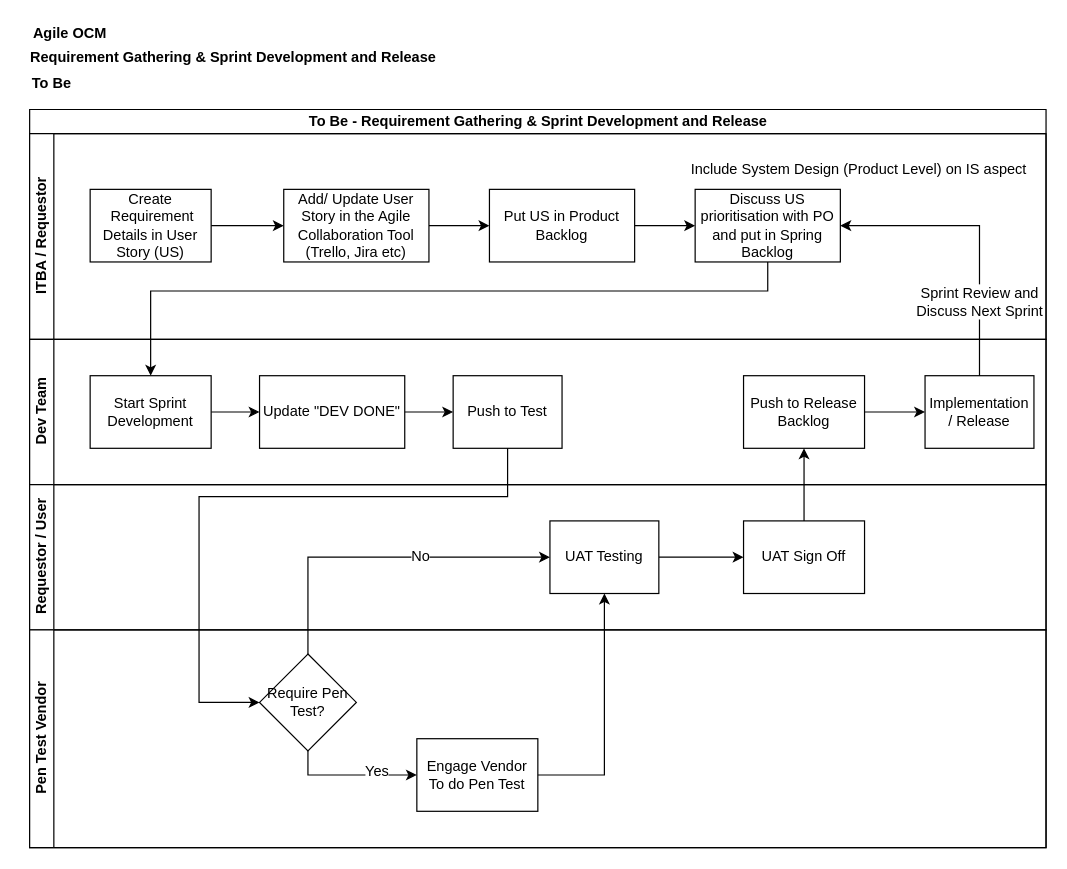
The draw.io diagram page "Page-3" (3 of 3) of Untitled Diagram.drawio in pspluse007/ITBADOC, before the edit. Source tidied: cells renumbered, new cells numbered last; positions are measured from the earlier drawing's top-left corner, leaving out a move shared by most shapes. Both pictures are drawn from the tidied source at 121%, with x=0, y=0 at pixel (21, 21).
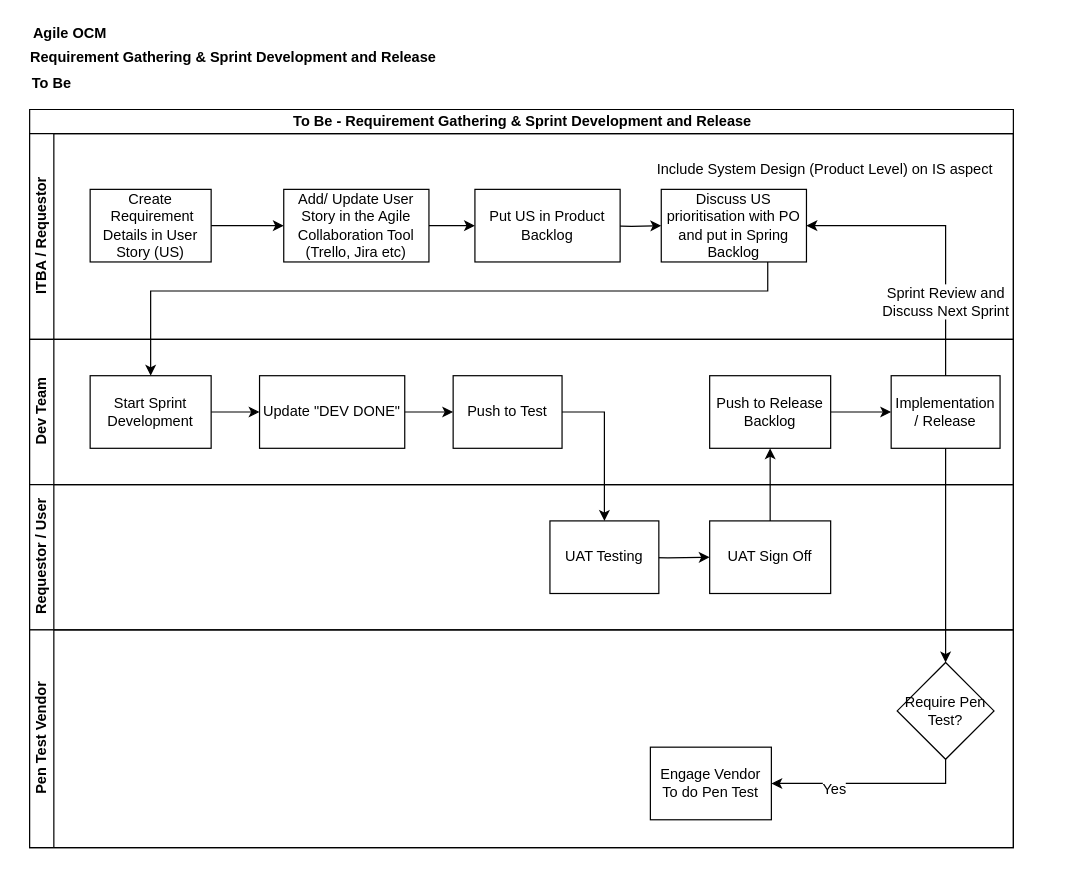
After the change.

The change refers to these unchanged cells:
```xml
<mxCell id="17" value="Push to Test" style="rounded=0;whiteSpace=wrap;html=1;" parent="12" vertex="1">
  <mxGeometry x="350" y="30" width="90" height="60" as="geometry" />
</mxCell>
<mxCell id="23" value="UAT Testing" style="rounded=0;whiteSpace=wrap;html=1;" parent="21" vertex="1">
  <mxGeometry x="430" y="30" width="90" height="60" as="geometry" />
</mxCell>
```

What changed in the source:
```diff
@@
     <mxCell id="2" value="To Be - Requirement Gathering &amp;amp; Sprint Development and Release" style="swimlane;html=1;horizontal=1;startSize=20;" parent="1" vertex="1">
-      <mxGeometry x="7" y="73" width="840" height="610" as="geometry" />
+      <mxGeometry x="7" y="73" width="813" height="610" as="geometry" />
     </mxCell>
     <mxCell id="3" value="ITBA / Requestor" style="swimlane;html=1;startSize=20;horizontal=0;" parent="2" vertex="1">
-      <mxGeometry y="20" width="840" height="170" as="geometry" />
+      <mxGeometry y="20" width="813" height="170" as="geometry" />
     </mxCell>
@@
-    <mxCell id="8" style="edgeStyle=orthogonalEdgeStyle;rounded=0;jettySize=auto;html=1;" parent="3" edge="1" source="9" target="10">
-      <mxGeometry relative="1" as="geometry" />
+    <mxCell id="8" style="edgeStyle=orthogonalEdgeStyle;rounded=0;jettySize=auto;html=1;" parent="3" edge="1" target="10">
+      <mxGeometry relative="1" as="geometry">
+        <mxPoint x="472" y="76" as="sourcePoint" />
+      </mxGeometry>
     </mxCell>
     <mxCell id="9" value="Put US in Product Backlog" style="rounded=0;whiteSpace=wrap;html=1;" parent="3" vertex="1">
-      <mxGeometry x="380" y="46" width="120" height="60" as="geometry" />
+      <mxGeometry x="368" y="46" width="120" height="60" as="geometry" />
     </mxCell>
     <mxCell id="10" value="Discuss US prioritisation with PO and put in Spring Backlog" style="rounded=0;whiteSpace=wrap;html=1;" parent="3" vertex="1">
-      <mxGeometry x="550" y="46" width="120" height="60" as="geometry" />
+      <mxGeometry x="522" y="46" width="120" height="60" as="geometry" />
     </mxCell>
     <mxCell id="11" value="Include&amp;nbsp;System Design (Product Level) on IS aspect" style="text;html=1;align=center;verticalAlign=middle;fillColor=none;strokeColor=none;rounded=0;" parent="3" vertex="1">
-      <mxGeometry x="540" y="20" width="290" height="20" as="geometry" />
+      <mxGeometry x="512" y="20" width="290" height="20" as="geometry" />
     </mxCell>
     <mxCell id="12" value="Dev Team" style="swimlane;html=1;startSize=20;horizontal=0;" parent="2" vertex="1">
-      <mxGeometry y="190" width="840" height="120" as="geometry" />
+      <mxGeometry y="190" width="813" height="120" as="geometry" />
     </mxCell>
@@
     <mxCell id="18" value="Implementation / Release" style="rounded=0;whiteSpace=wrap;html=1;" parent="12" vertex="1">
-      <mxGeometry x="740" y="30" width="90" height="60" as="geometry" />
+      <mxGeometry x="712" y="30" width="90" height="60" as="geometry" />
     </mxCell>
@@
     <mxCell id="20" value="Push to Release Backlog" style="rounded=0;whiteSpace=wrap;html=1;" parent="12" vertex="1">
-      <mxGeometry x="590" y="30" width="100" height="60" as="geometry" />
+      <mxGeometry x="562" y="30" width="100" height="60" as="geometry" />
     </mxCell>
     <mxCell id="21" value="Requestor / User" style="swimlane;html=1;startSize=20;horizontal=0;" parent="2" vertex="1">
-      <mxGeometry y="310" width="840" height="120" as="geometry" />
+      <mxGeometry y="310" width="813" height="120" as="geometry" />
     </mxCell>
-    <mxCell id="22" style="edgeStyle=orthogonalEdgeStyle;rounded=0;jettySize=auto;html=1;" parent="21" edge="1" source="23" target="24">
-      <mxGeometry relative="1" as="geometry" />
+    <mxCell id="22" style="edgeStyle=orthogonalEdgeStyle;rounded=0;jettySize=auto;html=1;" parent="21" edge="1" target="24">
+      <mxGeometry relative="1" as="geometry">
+        <mxPoint x="492" y="60" as="sourcePoint" />
+      </mxGeometry>
     </mxCell>
@@
     <mxCell id="24" value="UAT Sign Off" style="rounded=0;whiteSpace=wrap;html=1;" parent="21" vertex="1">
-      <mxGeometry x="590" y="30" width="100" height="60" as="geometry" />
+      <mxGeometry x="562" y="30" width="100" height="60" as="geometry" />
     </mxCell>
@@
-    <mxCell id="26" style="edgeStyle=orthogonalEdgeStyle;rounded=0;jettySize=auto;html=1;entryX=0;entryY=0.5;entryDx=0;entryDy=0;" parent="2" edge="1" source="17" target="34">
-      <mxGeometry relative="1" as="geometry">
-        <Array as="points">
-          <mxPoint x="395" y="320" />
-          <mxPoint x="140" y="320" />
-          <mxPoint x="140" y="490" />
-        </Array>
-      </mxGeometry>
-    </mxCell>
@@
     <mxCell id="28" style="edgeStyle=orthogonalEdgeStyle;rounded=0;jettySize=auto;html=1;entryX=1;entryY=0.5;entryDx=0;entryDy=0;" parent="2" edge="1" source="18" target="10">
       <mxGeometry relative="1" as="geometry">
         <Array as="points">
-          <mxPoint x="785" y="96" />
+          <mxPoint x="757" y="96" />
         </Array>
       </mxGeometry>
     </mxCell>
@@
     <mxCell id="30" value="Pen Test Vendor" style="swimlane;html=1;startSize=20;horizontal=0;" parent="2" vertex="1">
-      <mxGeometry y="430" width="840" height="180" as="geometry" />
+      <mxGeometry y="430" width="813" height="180" as="geometry" />
     </mxCell>
     <mxCell id="31" value="Engage Vendor To do Pen Test" style="rounded=0;whiteSpace=wrap;html=1;" parent="30" vertex="1">
-      <mxGeometry x="320" y="90" width="100" height="60" as="geometry" />
+      <mxGeometry x="513" y="97" width="100" height="60" as="geometry" />
     </mxCell>
-    <mxCell id="32" style="edgeStyle=orthogonalEdgeStyle;rounded=0;jettySize=auto;html=1;entryX=0;entryY=0.5;entryDx=0;entryDy=0;exitX=0.5;exitY=1;exitDx=0;exitDy=0;" parent="30" edge="1" source="34" target="31">
+    <mxCell id="32" style="edgeStyle=orthogonalEdgeStyle;rounded=0;jettySize=auto;html=1;entryX=1;entryY=0.5;entryDx=0;entryDy=0;exitX=0.5;exitY=1;exitDx=0;exitDy=0;" parent="30" edge="1" source="34" target="31">
       <mxGeometry relative="1" as="geometry" />
     </mxCell>
@@
     <mxCell id="34" value="Require Pen Test?" style="rhombus;whiteSpace=wrap;html=1;" parent="30" vertex="1">
-      <mxGeometry x="190" y="20" width="80" height="80" as="geometry" />
+      <mxGeometry x="717" y="27" width="80" height="80" as="geometry" />
     </mxCell>
-    <mxCell id="35" style="edgeStyle=orthogonalEdgeStyle;rounded=0;jettySize=auto;html=1;entryX=0;entryY=0.5;entryDx=0;entryDy=0;exitX=0.5;exitY=0;exitDx=0;exitDy=0;" parent="2" edge="1" source="34" target="23">
-      <mxGeometry relative="1" as="geometry" />
-    </mxCell>
-    <mxCell id="36" value="No" style="text;html=1;align=center;verticalAlign=middle;labelBackgroundColor=#ffffff;" parent="35" vertex="1">
-      <mxGeometry x="0.23" y="1" relative="1" as="geometry" />
-    </mxCell>
-    <mxCell id="37" style="edgeStyle=orthogonalEdgeStyle;rounded=0;jettySize=auto;html=1;entryX=0.5;entryY=1;entryDx=0;entryDy=0;" parent="2" edge="1" source="31" target="23">
-      <mxGeometry relative="1" as="geometry" />
-    </mxCell>
+    <mxCell id="41" style="edgeStyle=orthogonalEdgeStyle;rounded=0;jettySize=auto;html=1;entryX=0.5;entryY=0;entryDx=0;entryDy=0;exitX=1;exitY=0.5;exitDx=0;exitDy=0;" parent="2" edge="1" source="17" target="23">
+      <mxGeometry relative="1" as="geometry" />
+    </mxCell>
+    <mxCell id="42" style="edgeStyle=orthogonalEdgeStyle;rounded=0;jettySize=auto;html=1;entryX=0.5;entryY=0;entryDx=0;entryDy=0;" parent="2" edge="1" source="18" target="34">
+      <mxGeometry relative="1" as="geometry" />
+    </mxCell>
```
